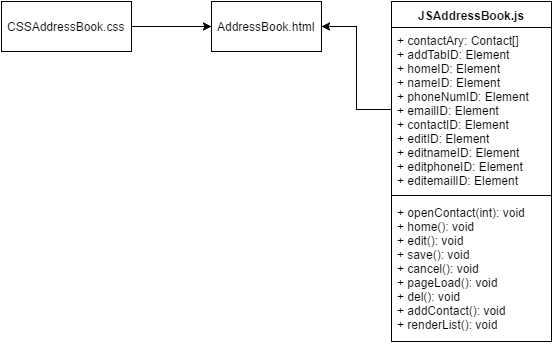
Before: AddressBookUML.png, a diagram exported from draw.io (blaskowski94/JSAddressBook). Source tidied: cells renumbered, new cells last; positions are measured from the earlier drawing's top-left corner, leaving out a move shared by most shapes.
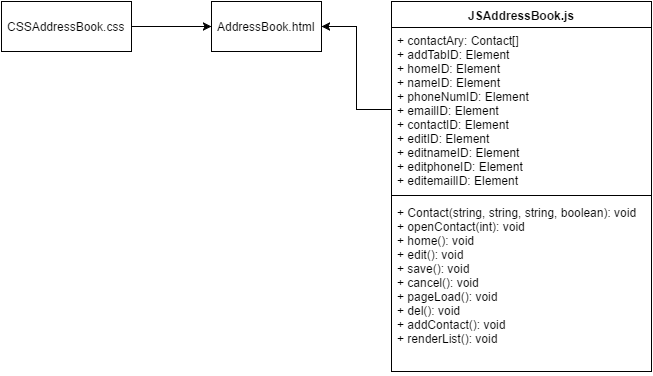
After the commit.

Diff of the diagram source:
```diff
@@ -12,16 +12,16 @@
       <mxGeometry width="130" height="50" as="geometry" />
     </mxCell>
     <mxCell id="5" value="JSAddressBook.js" style="swimlane;html=1;fontStyle=1;align=center;verticalAlign=top;horizontal=1;startSize=26;swimlaneFillColor=#ffffff;" parent="1" vertex="1">
-      <mxGeometry x="390" width="160" height="340" as="geometry" />
+      <mxGeometry x="390" width="260" height="370" as="geometry" />
     </mxCell>
     <mxCell id="6" value="+ contactAry: Contact[]&lt;div&gt;+ addTabID: Element&lt;/div&gt;&lt;div&gt;+ homeID: Element&lt;/div&gt;&lt;div&gt;+ nameID: Element&lt;/div&gt;&lt;div&gt;+ phoneNumID: Element&lt;/div&gt;&lt;div&gt;+ emailID: Element&lt;/div&gt;&lt;div&gt;+ contactID: Element&lt;/div&gt;&lt;div&gt;+ editID: Element&lt;/div&gt;&lt;div&gt;+ editnameID: Element&lt;/div&gt;&lt;div&gt;+ editphoneID: Element&lt;/div&gt;&lt;div&gt;+ editemailID: Element&lt;/div&gt;" style="text;html=1;strokeColor=none;fillColor=none;align=left;verticalAlign=top;spacingLeft=4;spacingRight=4;whiteSpace=wrap;overflow=hidden;points=[[0,0.5],[1,0.5]];portConstraint=eastwest;" parent="5" vertex="1">
-      <mxGeometry y="26" width="160" height="164" as="geometry" />
+      <mxGeometry y="26" width="260" height="164" as="geometry" />
     </mxCell>
     <mxCell id="7" style="line;html=1;strokeWidth=1;fillColor=none;align=left;verticalAlign=middle;spacingTop=-1;spacingLeft=3;spacingRight=3;labelPosition=right;" parent="5" vertex="1">
-      <mxGeometry y="190" width="160" height="8" as="geometry" />
+      <mxGeometry y="190" width="260" height="8" as="geometry" />
     </mxCell>
-    <mxCell id="8" value="+ openContact(int): void&lt;div&gt;+ home(): void&lt;/div&gt;&lt;div&gt;+ edit(): void&lt;/div&gt;&lt;div&gt;+ save(): void&lt;/div&gt;&lt;div&gt;+ cancel(): void&lt;/div&gt;&lt;div&gt;+ pageLoad(): void&lt;/div&gt;&lt;div&gt;+ del(): void&lt;/div&gt;&lt;div&gt;+ addContact(): void&lt;/div&gt;&lt;div&gt;+ renderList(): void&lt;/div&gt;" style="text;html=1;strokeColor=none;fillColor=none;align=left;verticalAlign=top;spacingLeft=4;spacingRight=4;whiteSpace=wrap;overflow=hidden;" parent="5" vertex="1">
-      <mxGeometry y="198" width="160" height="142" as="geometry" />
+    <mxCell id="8" value="&lt;div&gt;+ Contact(string, string, string, boolean): void&lt;/div&gt;+ openContact(int): void&lt;div&gt;+ home(): void&lt;/div&gt;&lt;div&gt;+ edit(): void&lt;/div&gt;&lt;div&gt;+ save(): void&lt;/div&gt;&lt;div&gt;+ cancel(): void&lt;/div&gt;&lt;div&gt;+ pageLoad(): void&lt;/div&gt;&lt;div&gt;+ del(): void&lt;/div&gt;&lt;div&gt;+ addContact(): void&lt;/div&gt;&lt;div&gt;+ renderList(): void&lt;/div&gt;" style="text;html=1;strokeColor=none;fillColor=none;align=left;verticalAlign=top;spacingLeft=4;spacingRight=4;whiteSpace=wrap;overflow=hidden;" parent="5" vertex="1">
+      <mxGeometry y="198" width="260" height="172" as="geometry" />
     </mxCell>
     <mxCell id="9" style="edgeStyle=orthogonalEdgeStyle;rounded=0;html=1;exitX=0;exitY=0.5;entryX=1;entryY=0.5;jettySize=auto;" parent="1" edge="1" source="6" target="2">
       <mxGeometry relative="1" as="geometry" />
```
